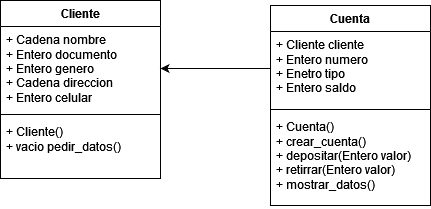
This is Unidad_2/Diagrama_Clases_Cuenta.png from carlosmera20/Logica_y_Representacion_I, a draw.io export, as it was before one commit. Source tidied: cells renumbered, new cells last; positions are measured from the earlier drawing's top-left corner, leaving out a move shared by most shapes. Its diagram source:
```xml
<mxGraphModel>
  <root>
    <mxCell id="0" />
    <mxCell id="1" parent="0" />
    <mxCell id="2" value="Cliente" style="swimlane;fontStyle=1;align=center;verticalAlign=top;horizontal=1;startSize=26;whiteSpace=wrap;html=1;" parent="1" vertex="1">
      <mxGeometry width="160" height="178" as="geometry" />
    </mxCell>
    <mxCell id="3" value="&lt;div&gt;+ Cadena nombre&lt;/div&gt;&lt;div&gt;+ Entero documento&lt;/div&gt;&lt;div&gt;+ Entero genero&lt;br&gt;&lt;/div&gt;&lt;div&gt;+ Cadena direccion&lt;/div&gt;&lt;div&gt;+ Entero celular&lt;br&gt;&lt;/div&gt;" style="text;strokeColor=none;fillColor=none;align=left;verticalAlign=top;spacingLeft=4;spacingRight=4;overflow=hidden;points=[[0,0.5],[1,0.5]];portConstraint=eastwest;whiteSpace=wrap;html=1;" parent="2" vertex="1">
      <mxGeometry y="26" width="160" height="84" as="geometry" />
    </mxCell>
    <mxCell id="4" style="line;strokeWidth=1;fillColor=none;align=left;verticalAlign=middle;spacingTop=-1;spacingLeft=3;spacingRight=3;labelPosition=right;strokeColor=inherit;" parent="2" vertex="1">
      <mxGeometry y="110" width="160" height="8" as="geometry" />
    </mxCell>
    <mxCell id="5" value="&lt;div&gt;+ Cliente()&lt;/div&gt;&lt;div&gt;+ vacio pedir_datos()&lt;br&gt;&lt;/div&gt;" style="text;strokeColor=none;fillColor=none;align=left;verticalAlign=top;spacingLeft=4;spacingRight=4;overflow=hidden;whiteSpace=wrap;html=1;" parent="2" vertex="1">
      <mxGeometry y="118" width="160" height="60" as="geometry" />
    </mxCell>
    <mxCell id="6" value="Cuenta" style="swimlane;fontStyle=1;align=center;verticalAlign=top;horizontal=1;startSize=26;whiteSpace=wrap;html=1;" parent="1" vertex="1">
      <mxGeometry x="270" y="5" width="160" height="200" as="geometry" />
    </mxCell>
    <mxCell id="7" value="&lt;div&gt;+ Cliente cliente&lt;br&gt;&lt;/div&gt;&lt;div&gt;+ Entero numero&lt;/div&gt;&lt;div&gt;+ Enetro tipo&lt;/div&gt;&lt;div&gt;+ Entero saldo&lt;br&gt;&lt;/div&gt;" style="text;strokeColor=none;fillColor=none;align=left;verticalAlign=top;spacingLeft=4;spacingRight=4;overflow=hidden;points=[[0,0.5],[1,0.5]];portConstraint=eastwest;whiteSpace=wrap;html=1;" parent="6" vertex="1">
      <mxGeometry y="26" width="160" height="74" as="geometry" />
    </mxCell>
    <mxCell id="8" style="line;strokeWidth=1;fillColor=none;align=left;verticalAlign=middle;spacingTop=-1;spacingLeft=3;spacingRight=3;labelPosition=right;strokeColor=inherit;" parent="6" vertex="1">
      <mxGeometry y="100" width="160" height="8" as="geometry" />
    </mxCell>
    <mxCell id="9" value="&lt;div&gt;+ Cuenta()&lt;/div&gt;&lt;div&gt;+ crear_cuenta()&lt;br&gt;&lt;/div&gt;&lt;div&gt;+ depositar(Entero valor)&lt;/div&gt;&lt;div&gt;+ retirrar(Entero valor)&lt;/div&gt;&lt;div&gt;+ mostrar_datos()&lt;br&gt;&lt;/div&gt;" style="text;strokeColor=none;fillColor=none;align=left;verticalAlign=top;spacingLeft=4;spacingRight=4;overflow=hidden;whiteSpace=wrap;html=1;" parent="6" vertex="1">
      <mxGeometry y="108" width="160" height="92" as="geometry" />
    </mxCell>
    <mxCell id="10" style="edgeStyle=orthogonalEdgeStyle;rounded=0;jettySize=auto;html=1;entryX=1;entryY=0.5;entryDx=0;entryDy=0;" parent="1" edge="1" source="7" target="3">
      <mxGeometry relative="1" as="geometry" />
    </mxCell>
  </root>
</mxGraphModel>
```
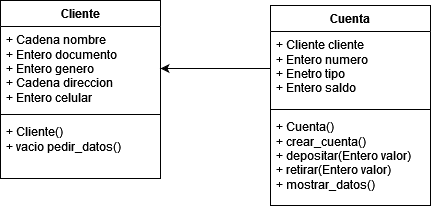
The same file after the commit.

Diff of the diagram source:
```diff
@@ -23,7 +23,7 @@
     <mxCell id="8" style="line;strokeWidth=1;fillColor=none;align=left;verticalAlign=middle;spacingTop=-1;spacingLeft=3;spacingRight=3;labelPosition=right;strokeColor=inherit;" parent="6" vertex="1">
       <mxGeometry y="100" width="160" height="8" as="geometry" />
     </mxCell>
-    <mxCell id="9" value="&lt;div&gt;+ Cuenta()&lt;/div&gt;&lt;div&gt;+ crear_cuenta()&lt;br&gt;&lt;/div&gt;&lt;div&gt;+ depositar(Entero valor)&lt;/div&gt;&lt;div&gt;+ retirrar(Entero valor)&lt;/div&gt;&lt;div&gt;+ mostrar_datos()&lt;br&gt;&lt;/div&gt;" style="text;strokeColor=none;fillColor=none;align=left;verticalAlign=top;spacingLeft=4;spacingRight=4;overflow=hidden;whiteSpace=wrap;html=1;" parent="6" vertex="1">
+    <mxCell id="9" value="&lt;div&gt;+ Cuenta()&lt;/div&gt;&lt;div&gt;+ crear_cuenta()&lt;br&gt;&lt;/div&gt;&lt;div&gt;+ depositar(Entero valor)&lt;/div&gt;&lt;div&gt;+ retirar(Entero valor)&lt;/div&gt;&lt;div&gt;+ mostrar_datos()&lt;br&gt;&lt;/div&gt;" style="text;strokeColor=none;fillColor=none;align=left;verticalAlign=top;spacingLeft=4;spacingRight=4;overflow=hidden;whiteSpace=wrap;html=1;" parent="6" vertex="1">
       <mxGeometry y="108" width="160" height="92" as="geometry" />
     </mxCell>
     <mxCell id="10" style="edgeStyle=orthogonalEdgeStyle;rounded=0;jettySize=auto;html=1;entryX=1;entryY=0.5;entryDx=0;entryDy=0;" parent="1" edge="1" source="7" target="3">
```
